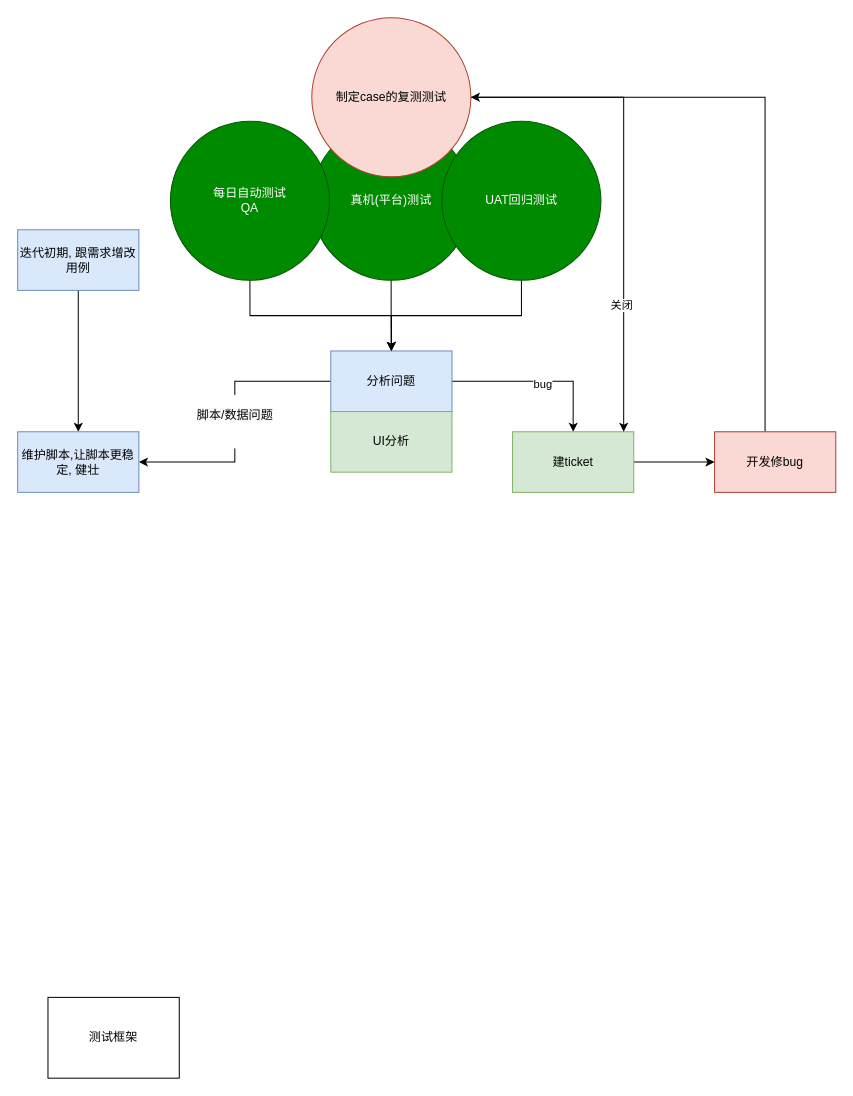
This is Untitled Diagram.drawio from cheffey/draw_io_drive, a draw.io file, before an edit. Source tidied: cells renumbered, new cells numbered last; positions are measured from the earlier drawing's top-left corner, leaving out a move shared by most shapes. Both pictures are drawn from the tidied source at 101%, with x=0, y=0 at pixel (17, 17).
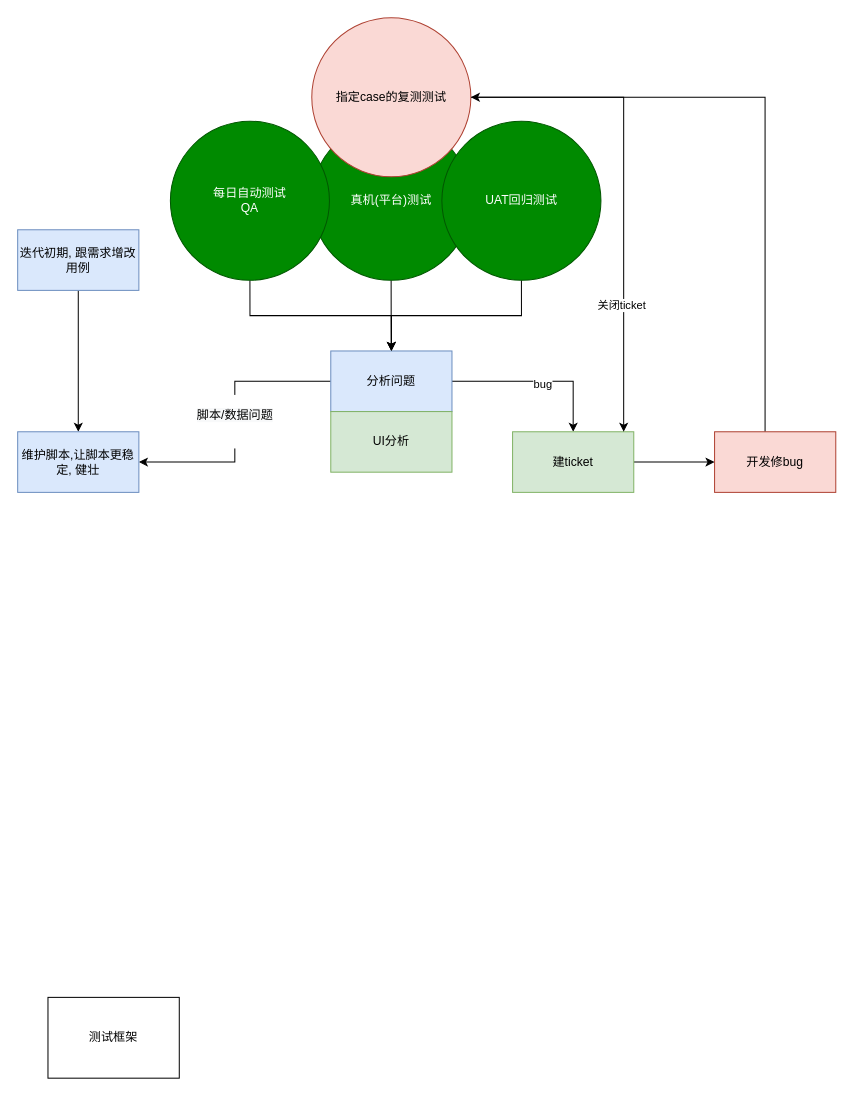
Above is the later version.

Unchanged cells that the change refers to:
```xml
<mxCell id="19" style="edgeStyle=orthogonalEdgeStyle;rounded=0;jettySize=auto;html=1;strokeColor=default;" parent="1" edge="1" source="21" target="13">
  <mxGeometry relative="1" as="geometry">
    <Array as="points">
      <mxPoint x="600" y="79" />
    </Array>
  </mxGeometry>
</mxCell>
```

Change to the diagram source:
```diff
@@
-    <mxCell id="20" value="关闭" style="edgeLabel;html=1;align=center;verticalAlign=middle;" parent="19" vertex="1">
+    <mxCell id="20" value="关闭ticket" style="edgeLabel;html=1;align=center;verticalAlign=middle;" parent="19" vertex="1">
       <mxGeometry x="0.48" y="-3" relative="1" as="geometry" />
     </mxCell>
-    <mxCell id="21" value="制定case的复测测试&lt;br&gt;" style="ellipse;whiteSpace=wrap;html=1;fillColor=#fad9d5;strokeColor=#ae4132;" parent="1" vertex="1">
+    <mxCell id="21" value="指定case的复测测试" style="ellipse;whiteSpace=wrap;html=1;fillColor=#fad9d5;strokeColor=#ae4132;" parent="1" vertex="1">
       <mxGeometry x="291.2" width="157.5" height="157.5" as="geometry" />
     </mxCell>
```
